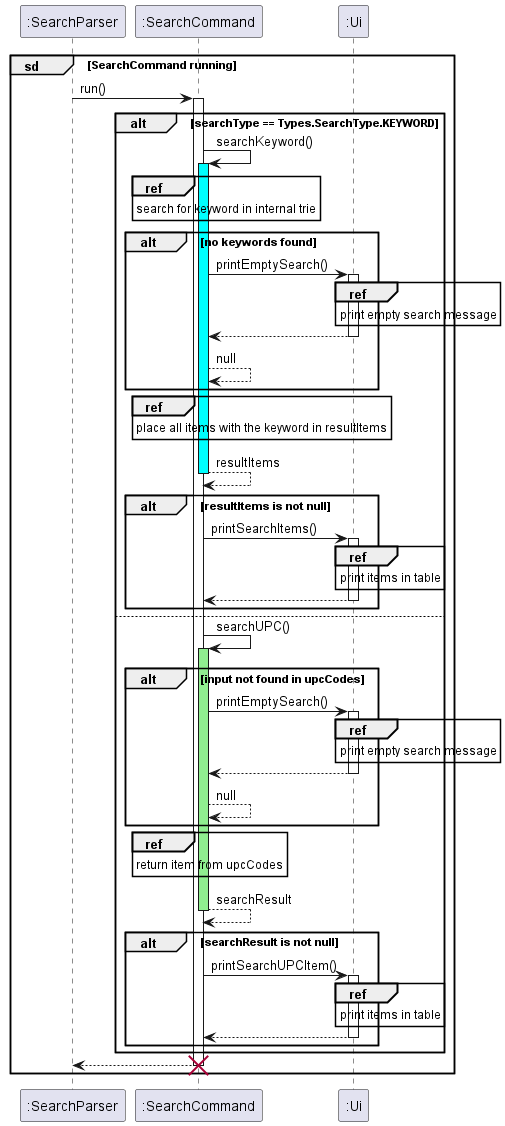
The PlantUML diagram docs/UML/Search/SearchCommand.png in nus-cs2113-AY2223S2/tp, before a commit.
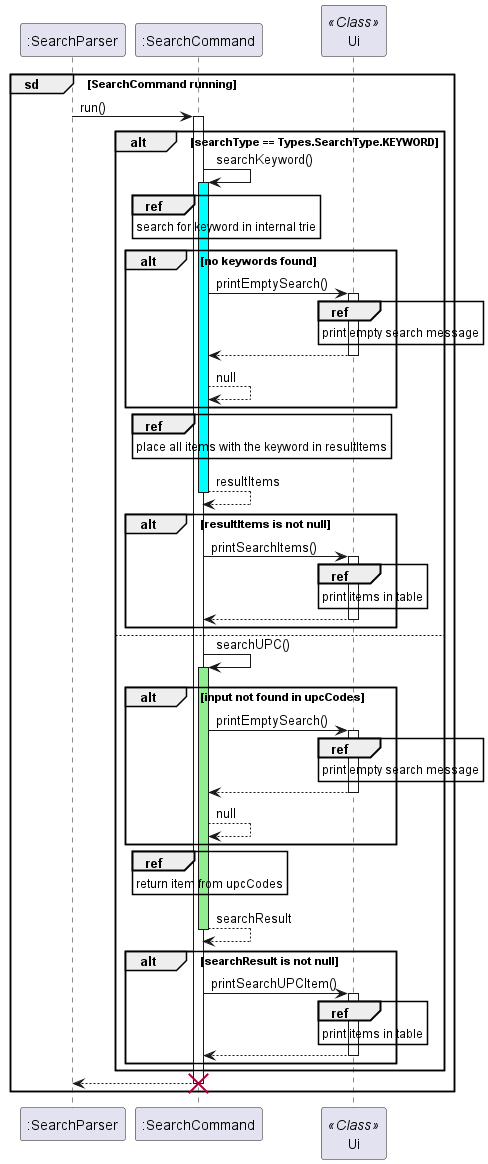
After the commit.

Diff of the diagram source:
```diff
@@ -5,7 +5,7 @@
     ":SearchParser" -> ":SearchCommand": run()
     activate ":SearchCommand"
     participant ":SearchCommand"
-    participant ":Ui"
+    participant Ui << Class >>
     alt searchType == Types.SearchType.KEYWORD
         ":SearchCommand" -> ":SearchCommand": searchKeyword()
         activate ":SearchCommand" #cyan
@@ -13,9 +13,9 @@
             search for keyword in internal trie
         end ref
         alt no keywords found
-            ":SearchCommand" -> ":Ui": printEmptySearch()
-            activate ":Ui"
-            ref over ":Ui"
+            ":SearchCommand" -> Ui: printEmptySearch()
+            activate Ui
+            ref over Ui
                 print empty search message
             end ref
             return
@@ -26,9 +26,9 @@
         end ref
         return resultItems
         alt resultItems is not null
-            ":SearchCommand" -> ":Ui": printSearchItems()
-            activate ":Ui"
-            ref over ":Ui"
+            ":SearchCommand" -> Ui: printSearchItems()
+            activate Ui
+            ref over Ui
                 print items in table
             end ref
             return
@@ -37,9 +37,9 @@
         ":SearchCommand" -> ":SearchCommand": searchUPC()
         activate ":SearchCommand" #lightgreen
         alt input not found in upcCodes
-            ":SearchCommand" -> ":Ui": printEmptySearch()
-            activate ":Ui"
-            ref over ":Ui"
+            ":SearchCommand" -> Ui: printEmptySearch()
+            activate Ui
+            ref over Ui
                 print empty search message
             end ref
             return
@@ -50,9 +50,9 @@
         end ref
         return searchResult
         alt searchResult is not null
-            ":SearchCommand" -> ":Ui": printSearchUPCItem()
-            activate ":Ui"
-            ref over ":Ui"
+            ":SearchCommand" -> Ui: printSearchUPCItem()
+            activate Ui
+            ref over Ui
                 print items in table
             end ref
             return
```
